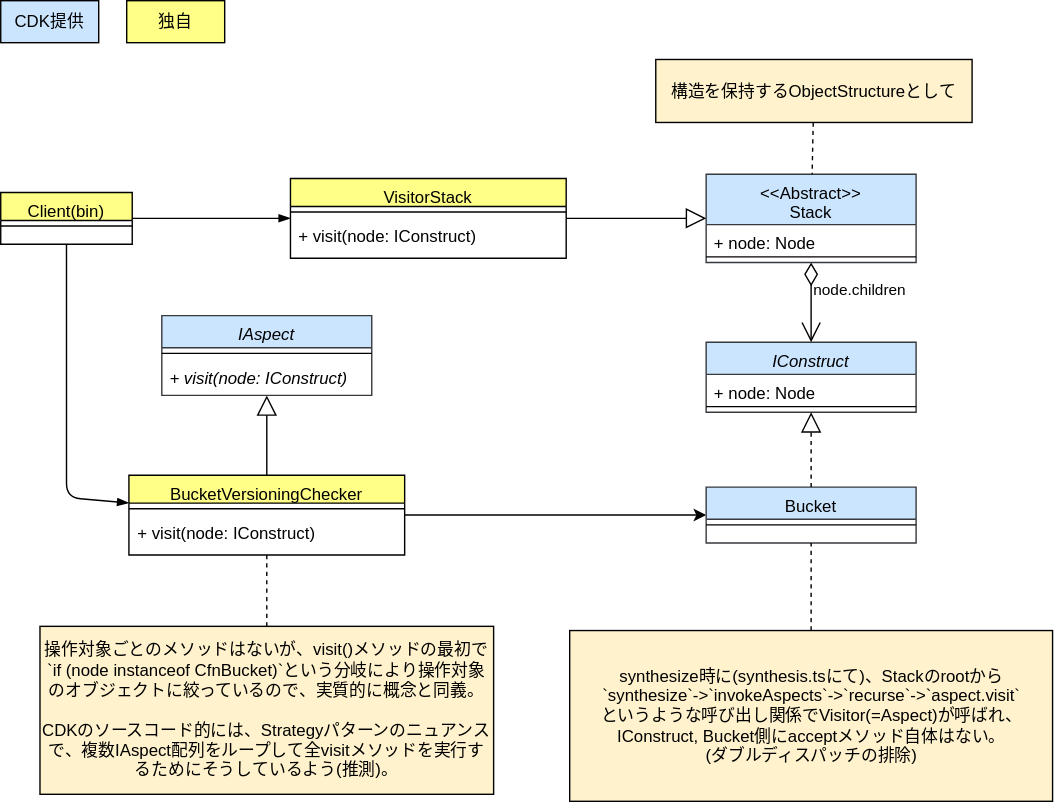
This is drawio/visitor/visitor-cdk-simplified.drawio.svg from go-to-k/cdk-gof-design-pattern, a draw.io export, as it was before one commit. Source tidied: cells renumbered, new cells last; positions are measured from the earlier drawing's top-left corner, leaving out a move shared by most shapes.
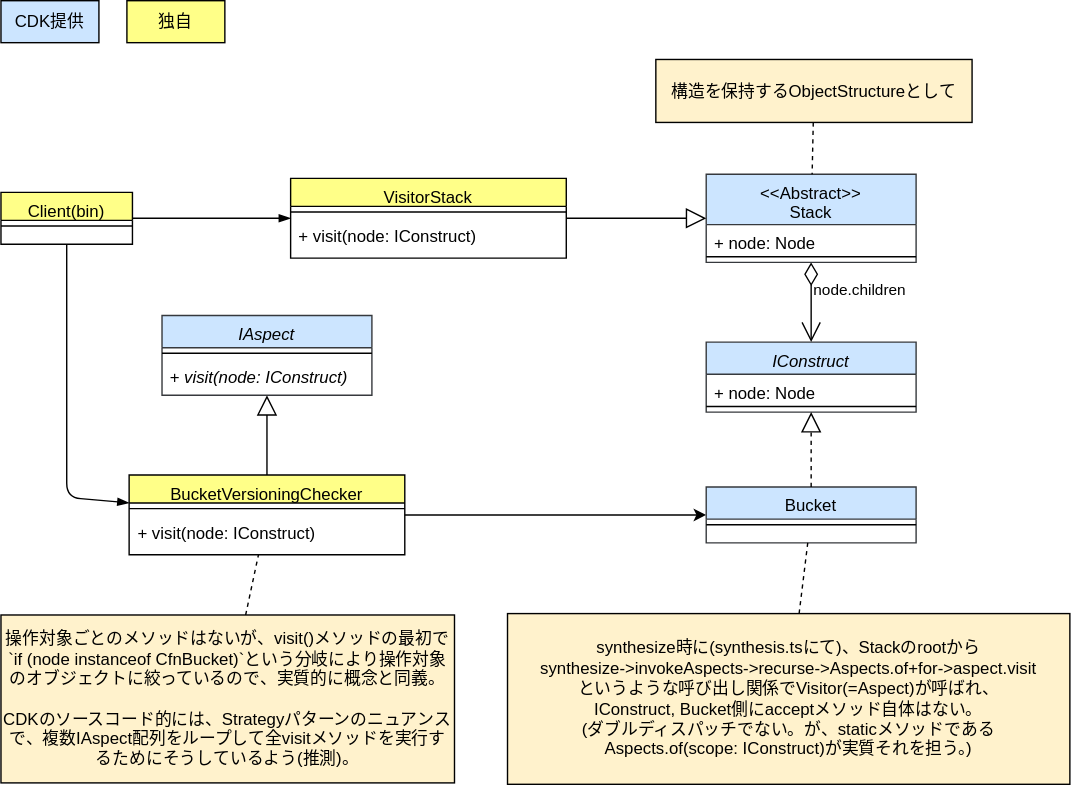
After the change.

Commit message:
update visitor diagrams

The edit, as a diff of the source:
```diff
@@ -54,13 +54,13 @@
       <mxGeometry relative="1" as="geometry" />
     </mxCell>
     <mxCell id="19" value="操作対象ごとのメソッドはないが、visit()メソッドの最初で`if (node instanceof CfnBucket)`という分岐により操作対象のオブジェクトに絞っているので、実質的に概念と同義。&lt;br&gt;&lt;br&gt;CDKのソースコード的には、Strategyパターンのニュアンスで、複数IAspect配列をループして全visitメソッドを実行するためにそうしているよう(推測)。" style="text;html=1;strokeColor=#000000;fillColor=#fff2cc;align=center;verticalAlign=middle;whiteSpace=wrap;rounded=0;fontColor=#000000;" parent="1" vertex="1">
-      <mxGeometry x="28" y="447" width="324.1" height="120" as="geometry" />
+      <mxGeometry y="439" width="324.1" height="120" as="geometry" />
     </mxCell>
     <mxCell id="20" style="edgeStyle=none;html=1;dashed=1;strokeColor=#000000;endArrow=none;endFill=0;" parent="1" edge="1" source="21" target="12">
       <mxGeometry relative="1" as="geometry" />
     </mxCell>
-    <mxCell id="21" value="synthesize時に(synthesis.tsにて)、Stackのrootから&lt;br&gt;`synthesize`-&amp;gt;`invokeAspects`-&amp;gt;`recurse`-&amp;gt;`aspect.visit`&lt;br&gt;というような呼び出し関係でVisitor(=Aspect)が呼ばれ、&lt;br&gt;IConstruct, Bucket側にacceptメソッド自体はない。&lt;br&gt;(ダブルディスパッチの排除)" style="text;html=1;strokeColor=#000000;fillColor=#fff2cc;align=center;verticalAlign=middle;whiteSpace=wrap;rounded=0;fontColor=#000000;" parent="1" vertex="1">
-      <mxGeometry x="406.5" y="450" width="345" height="122" as="geometry" />
+    <mxCell id="21" value="synthesize時に(synthesis.tsにて)、Stackのrootから&lt;br&gt;synthesize-&amp;gt;invokeAspects-&amp;gt;recurse-&amp;gt;Aspects.of+for-&amp;gt;aspect.visit&lt;br&gt;というような呼び出し関係でVisitor(=Aspect)が呼ばれ、&lt;br&gt;IConstruct, Bucket側にacceptメソッド自体はない。&lt;br&gt;(ダブルディスパッチでない。が、staticメソッドであるAspects.of(scope:&amp;nbsp;IConstruct)が実質それを担う。)" style="text;html=1;strokeColor=#000000;fillColor=#fff2cc;align=center;verticalAlign=middle;whiteSpace=wrap;rounded=0;fontColor=#000000;" parent="1" vertex="1">
+      <mxGeometry x="362" y="438" width="401.9" height="122" as="geometry" />
     </mxCell>
     <mxCell id="22" value="node.children" style="endArrow=open;html=1;endSize=12;startArrow=diamondThin;startSize=14;startFill=0;edgeStyle=orthogonalEdgeStyle;align=left;verticalAlign=bottom;rounded=0;fontColor=#000000;strokeColor=#000000;labelBackgroundColor=none;" parent="1" edge="1" source="23" target="14">
       <mxGeometry relative="1" as="geometry" />
```
